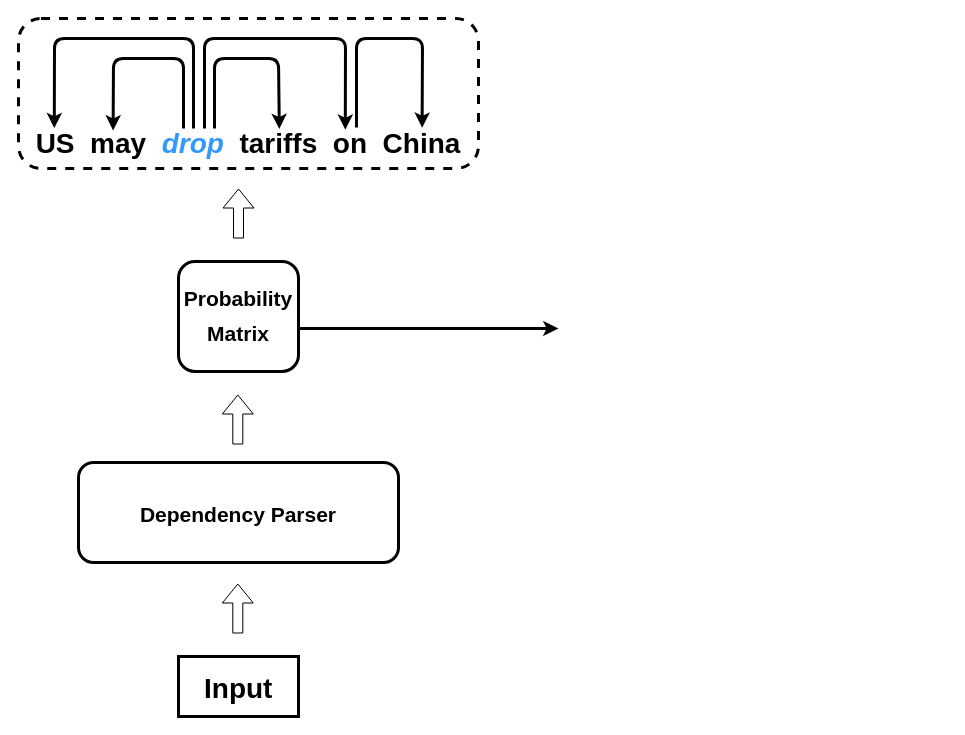
The draw.io diagram Untitled Diagram.drawio in DavidChengweiLiu/EKSGN, before the edit. Source tidied: cells renumbered, new cells numbered last; positions are measured from the earlier drawing's top-left corner, leaving out a move shared by most shapes. Both pictures are drawn from the tidied source at 100%, with x=0, y=0 at pixel (18, 18).
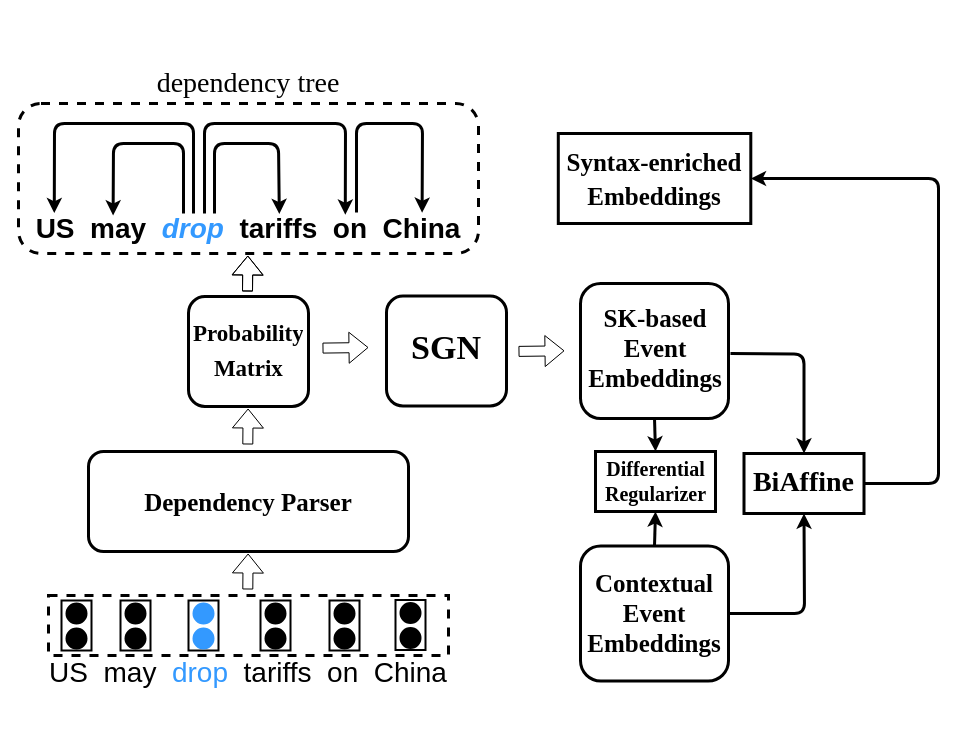
Above is the later version.

The edit, as a diff of the source:
```diff
@@
     <mxCell id="2" style="rounded=1;whiteSpace=wrap;html=1;dashed=1;strokeWidth=3;" parent="1" vertex="1">
-      <mxGeometry width="460" height="150" as="geometry" />
+      <mxGeometry y="85" width="460" height="150" as="geometry" />
     </mxCell>
     <mxCell id="3" value="&lt;b style=&quot;font-size: 28px;&quot;&gt;US&amp;nbsp; may&amp;nbsp; &lt;i&gt;&lt;font style=&quot;font-size: 28px;&quot; color=&quot;#3399ff&quot;&gt;drop&lt;/font&gt;&lt;/i&gt;&amp;nbsp; tariffs&amp;nbsp; on&amp;nbsp; China&lt;/b&gt;" style="text;html=1;strokeColor=none;fillColor=none;align=center;verticalAlign=middle;whiteSpace=wrap;rounded=0;fontSize=29;" parent="1" vertex="1">
-      <mxGeometry x="10" y="110" width="440" height="30" as="geometry" />
+      <mxGeometry x="10" y="195" width="440" height="30" as="geometry" />
     </mxCell>
     <mxCell id="4" style="endArrow=classic;html=1;rounded=1;fontSize=29;entryX=0.07;entryY=-0.013;entryDx=0;entryDy=0;entryPerimeter=0;strokeWidth=3;" parent="1" edge="1">
       <mxGeometry relative="1" as="geometry">
-        <mxPoint x="175" y="110" as="sourcePoint" />
-        <mxPoint x="35.8" y="109.6" as="targetPoint" />
+        <mxPoint x="175" y="195" as="sourcePoint" />
+        <mxPoint x="35.8" y="194.6" as="targetPoint" />
         <Array as="points">
-          <mxPoint x="175" y="20" />
-          <mxPoint x="36" y="20" />
+          <mxPoint x="175" y="105" />
+          <mxPoint x="36" y="105" />
         </Array>
       </mxGeometry>
     </mxCell>
     <mxCell id="5" style="endArrow=classic;html=1;rounded=1;fontSize=29;entryX=0.199;entryY=0.067;entryDx=0;entryDy=0;entryPerimeter=0;strokeWidth=3;" parent="1" edge="1">
       <mxGeometry relative="1" as="geometry">
-        <mxPoint x="165" y="110" as="sourcePoint" />
-        <mxPoint x="94.6" y="112" as="targetPoint" />
+        <mxPoint x="165" y="195" as="sourcePoint" />
+        <mxPoint x="94.6" y="197" as="targetPoint" />
         <Array as="points">
-          <mxPoint x="165" y="40" />
-          <mxPoint x="95" y="40" />
+          <mxPoint x="165" y="125" />
+          <mxPoint x="95" y="125" />
         </Array>
       </mxGeometry>
     </mxCell>
     <mxCell id="6" style="endArrow=classic;html=1;rounded=1;fontSize=29;entryX=0.72;entryY=0.04;entryDx=0;entryDy=0;entryPerimeter=0;strokeWidth=3;" parent="1" edge="1" target="3">
       <mxGeometry relative="1" as="geometry">
-        <mxPoint x="186" y="110" as="sourcePoint" />
+        <mxPoint x="186" y="195" as="sourcePoint" />
         <Array as="points">
-          <mxPoint x="186" y="20" />
-          <mxPoint x="327" y="20" />
+          <mxPoint x="186" y="105" />
+          <mxPoint x="327" y="105" />
         </Array>
       </mxGeometry>
     </mxCell>
     <mxCell id="7" style="endArrow=classic;html=1;rounded=1;fontSize=29;entryX=0.579;entryY=0.016;entryDx=0;entryDy=0;entryPerimeter=0;strokeWidth=3;" parent="1" edge="1">
       <mxGeometry relative="1" as="geometry">
-        <mxPoint x="196" y="110" as="sourcePoint" />
-        <mxPoint x="260.8" y="110.5" as="targetPoint" />
+        <mxPoint x="196" y="195" as="sourcePoint" />
+        <mxPoint x="260.8" y="195.5" as="targetPoint" />
         <Array as="points">
-          <mxPoint x="196" y="40" />
-          <mxPoint x="260" y="40" />
+          <mxPoint x="196" y="125" />
+          <mxPoint x="260" y="125" />
         </Array>
       </mxGeometry>
     </mxCell>
     <mxCell id="8" style="endArrow=classic;html=1;rounded=1;fontSize=29;entryX=0.89;entryY=-0.022;entryDx=0;entryDy=0;entryPerimeter=0;strokeWidth=3;" parent="1" edge="1">
       <mxGeometry relative="1" as="geometry">
-        <mxPoint x="338" y="109" as="sourcePoint" />
-        <mxPoint x="403.6" y="109.3" as="targetPoint" />
+        <mxPoint x="338" y="194" as="sourcePoint" />
+        <mxPoint x="403.6" y="194.3" as="targetPoint" />
         <Array as="points">
-          <mxPoint x="338" y="20" />
-          <mxPoint x="404" y="20" />
+          <mxPoint x="338" y="105" />
+          <mxPoint x="404" y="105" />
         </Array>
       </mxGeometry>
     </mxCell>
-    <mxCell id="9" style="shape=flexArrow;endArrow=classic;html=1;rounded=1;fontSize=29;fontColor=#3399FF;" parent="1" edge="1">
+    <mxCell id="9" style="shape=flexArrow;endArrow=classic;html=1;rounded=1;fontSize=29;fontColor=#3399FF;exitX=1;exitY=0.5;exitDx=0;exitDy=0;" parent="1" edge="1">
       <mxGeometry relative="1" as="geometry">
-        <mxPoint x="220" y="220" as="sourcePoint" />
-        <mxPoint x="220" y="170" as="targetPoint" />
+        <mxPoint x="304" y="329.6" as="sourcePoint" />
+        <mxPoint x="350" y="329" as="targetPoint" />
       </mxGeometry>
     </mxCell>
     <mxCell id="10" style="rounded=1;whiteSpace=wrap;html=1;fontSize=29;fontColor=#3399FF;strokeWidth=3;" parent="1" vertex="1">
-      <mxGeometry x="160" y="243" width="120" height="110" as="geometry" />
+      <mxGeometry x="562" y="265" width="148" height="135" as="geometry" />
     </mxCell>
+    <mxCell id="12" style="rounded=1;whiteSpace=wrap;html=1;fontSize=28;fontColor=#000000;strokeWidth=3;" parent="1" vertex="1">
+      <mxGeometry x="70" y="433" width="320" height="100" as="geometry" />
+    </mxCell>
+    <mxCell id="16" value="&lt;font face=&quot;Times New Roman&quot; size=&quot;1&quot; style=&quot;&quot; color=&quot;#000000&quot;&gt;&lt;b style=&quot;font-size: 25px;&quot;&gt;Dependency Parser&lt;/b&gt;&lt;/font&gt;" style="text;strokeColor=none;fillColor=none;align=center;verticalAlign=middle;spacingLeft=4;spacingRight=4;overflow=hidden;whiteSpace=wrap;html=1;fontSize=29;fontColor=#3399FF;" parent="1" vertex="1">
+      <mxGeometry x="120" y="433" width="220" height="100" as="geometry" />
+    </mxCell>
+    <mxCell id="18" style="endArrow=classic;html=1;rounded=1;fontSize=28;fontColor=#000000;strokeWidth=3;exitX=0.5;exitY=1;exitDx=0;exitDy=0;entryX=0.5;entryY=0;entryDx=0;entryDy=0;" parent="1" edge="1" source="10" target="49">
+      <mxGeometry relative="1" as="geometry" />
+    </mxCell>
+    <mxCell id="19" value="&lt;span style=&quot;font-size: 28px;&quot;&gt;US&amp;nbsp; may&amp;nbsp; &lt;font style=&quot;font-size: 28px;&quot; color=&quot;#3399ff&quot;&gt;drop&lt;/font&gt;&amp;nbsp; tariffs&amp;nbsp; on&amp;nbsp; China&lt;/span&gt;" style="text;html=1;strokeColor=none;fillColor=none;align=center;verticalAlign=middle;whiteSpace=wrap;rounded=0;fontSize=29;" parent="1" vertex="1">
+      <mxGeometry x="10" y="639" width="440" height="30" as="geometry" />
+    </mxCell>
+    <mxCell id="20" style="rounded=0;whiteSpace=wrap;html=1;dashed=1;strokeWidth=3;" parent="1" vertex="1">
+      <mxGeometry x="30" y="577" width="400" height="60" as="geometry" />
+    </mxCell>
+    <mxCell id="21" style="rounded=0;whiteSpace=wrap;html=1;strokeWidth=2;rotation=90;" parent="1" vertex="1">
+      <mxGeometry x="33" y="592" width="50" height="30" as="geometry" />
+    </mxCell>
+    <mxCell id="22" style="ellipse;whiteSpace=wrap;html=1;strokeWidth=2;fillColor=#000000;" parent="1" vertex="1">
+      <mxGeometry x="48" y="585" width="20" height="20" as="geometry" />
+    </mxCell>
+    <mxCell id="23" style="ellipse;whiteSpace=wrap;html=1;strokeWidth=2;fillColor=#000000;" parent="1" vertex="1">
+      <mxGeometry x="48" y="610" width="20" height="20" as="geometry" />
+    </mxCell>
+    <mxCell id="24" style="rounded=0;whiteSpace=wrap;html=1;strokeWidth=2;rotation=90;" parent="1" vertex="1">
+      <mxGeometry x="92" y="592" width="50" height="30" as="geometry" />
+    </mxCell>
+    <mxCell id="25" style="ellipse;whiteSpace=wrap;html=1;strokeWidth=2;fillColor=#000000;" parent="1" vertex="1">
+      <mxGeometry x="107" y="585" width="20" height="20" as="geometry" />
+    </mxCell>
+    <mxCell id="26" style="ellipse;whiteSpace=wrap;html=1;strokeWidth=2;fillColor=#000000;" parent="1" vertex="1">
+      <mxGeometry x="107" y="610" width="20" height="20" as="geometry" />
+    </mxCell>
+    <mxCell id="27" style="rounded=0;whiteSpace=wrap;html=1;strokeWidth=2;rotation=90;" parent="1" vertex="1">
+      <mxGeometry x="232" y="592" width="50" height="30" as="geometry" />
+    </mxCell>
+    <mxCell id="28" style="ellipse;whiteSpace=wrap;html=1;strokeWidth=2;fillColor=#000000;" parent="1" vertex="1">
+      <mxGeometry x="247" y="585" width="20" height="20" as="geometry" />
+    </mxCell>
+    <mxCell id="29" style="ellipse;whiteSpace=wrap;html=1;strokeWidth=2;fillColor=#000000;" parent="1" vertex="1">
+      <mxGeometry x="247" y="610" width="20" height="20" as="geometry" />
+    </mxCell>
+    <mxCell id="30" style="rounded=0;whiteSpace=wrap;html=1;strokeWidth=2;rotation=90;" parent="1" vertex="1">
+      <mxGeometry x="367" y="591.5" width="50" height="30" as="geometry" />
+    </mxCell>
+    <mxCell id="31" style="ellipse;whiteSpace=wrap;html=1;strokeWidth=2;fillColor=#000000;" parent="1" vertex="1">
+      <mxGeometry x="382" y="584.5" width="20" height="20" as="geometry" />
+    </mxCell>
+    <mxCell id="32" style="ellipse;whiteSpace=wrap;html=1;strokeWidth=2;fillColor=#000000;" parent="1" vertex="1">
+      <mxGeometry x="382" y="609.5" width="20" height="20" as="geometry" />
+    </mxCell>
+    <mxCell id="33" style="rounded=0;whiteSpace=wrap;html=1;strokeWidth=2;rotation=90;" parent="1" vertex="1">
+      <mxGeometry x="301" y="592" width="50" height="30" as="geometry" />
+    </mxCell>
+    <mxCell id="34" style="ellipse;whiteSpace=wrap;html=1;strokeWidth=2;fillColor=#000000;" parent="1" vertex="1">
+      <mxGeometry x="316" y="585" width="20" height="20" as="geometry" />
+    </mxCell>
+    <mxCell id="35" style="ellipse;whiteSpace=wrap;html=1;strokeWidth=2;fillColor=#000000;" parent="1" vertex="1">
+      <mxGeometry x="316" y="610" width="20" height="20" as="geometry" />
+    </mxCell>
+    <mxCell id="36" style="rounded=0;whiteSpace=wrap;html=1;strokeWidth=2;rotation=90;" parent="1" vertex="1">
+      <mxGeometry x="160" y="592" width="50" height="30" as="geometry" />
+    </mxCell>
+    <mxCell id="37" style="ellipse;whiteSpace=wrap;html=1;strokeWidth=2;fillColor=#3399FF;strokeColor=#3399FF;" parent="1" vertex="1">
+      <mxGeometry x="175" y="585" width="20" height="20" as="geometry" />
+    </mxCell>
+    <mxCell id="38" style="ellipse;whiteSpace=wrap;html=1;strokeWidth=2;fillColor=#3399FF;strokeColor=#3399FF;" parent="1" vertex="1">
+      <mxGeometry x="175" y="610" width="20" height="20" as="geometry" />
+    </mxCell>
+    <mxCell id="39" style="rounded=1;whiteSpace=wrap;html=1;fontSize=29;fontColor=#3399FF;strokeWidth=3;" parent="1" vertex="1">
+      <mxGeometry x="170" y="278" width="120" height="110" as="geometry" />
+    </mxCell>
-    <mxCell id="11" value="&lt;font size=&quot;1&quot; style=&quot;&quot; color=&quot;#000000&quot;&gt;&lt;b style=&quot;font-size: 21px;&quot;&gt;Probability Matrix&lt;/b&gt;&lt;/font&gt;" style="text;strokeColor=none;fillColor=none;align=center;verticalAlign=middle;spacingLeft=4;spacingRight=4;overflow=hidden;whiteSpace=wrap;html=1;fontSize=29;fontColor=#3399FF;strokeWidth=4;" parent="1" vertex="1">
-      <mxGeometry x="160" y="249" width="120" height="92" as="geometry" />
+    <mxCell id="11" value="&lt;font face=&quot;Times New Roman&quot; size=&quot;1&quot; style=&quot;&quot; color=&quot;#000000&quot;&gt;&lt;b style=&quot;font-size: 23px;&quot;&gt;Probability Matrix&lt;/b&gt;&lt;/font&gt;" style="text;strokeColor=none;fillColor=none;align=center;verticalAlign=middle;spacingLeft=4;spacingRight=4;overflow=hidden;whiteSpace=wrap;html=1;fontSize=29;fontColor=#3399FF;strokeWidth=4;" parent="1" vertex="1">
+      <mxGeometry x="170" y="284" width="120" height="92" as="geometry" />
     </mxCell>
-    <mxCell id="12" style="rounded=1;whiteSpace=wrap;html=1;fontSize=28;fontColor=#000000;strokeWidth=3;" parent="1" vertex="1">
-      <mxGeometry x="60" y="444" width="320" height="100" as="geometry" />
-    </mxCell>
-    <mxCell id="13" style="shape=flexArrow;endArrow=classic;html=1;rounded=1;fontSize=29;fontColor=#3399FF;" parent="1" edge="1">
-      <mxGeometry relative="1" as="geometry">
-        <mxPoint x="219.3" y="426" as="sourcePoint" />
-        <mxPoint x="219.3" y="376" as="targetPoint" />
-      </mxGeometry>
-    </mxCell>
-    <mxCell id="14" style="shape=flexArrow;endArrow=classic;html=1;rounded=1;fontSize=29;fontColor=#3399FF;" parent="1" edge="1">
-      <mxGeometry relative="1" as="geometry">
-        <mxPoint x="219.3" y="615" as="sourcePoint" />
-        <mxPoint x="219.3" y="565" as="targetPoint" />
-      </mxGeometry>
-    </mxCell>
-    <mxCell id="15" style="rounded=0;whiteSpace=wrap;html=1;fontSize=28;fontColor=#000000;strokeWidth=3;" parent="1" vertex="1">
-      <mxGeometry x="160" y="638" width="120" height="60" as="geometry" />
-    </mxCell>
-    <mxCell id="16" value="&lt;font size=&quot;1&quot; style=&quot;&quot; color=&quot;#000000&quot;&gt;&lt;b style=&quot;font-size: 21px;&quot;&gt;Dependency Parser&lt;/b&gt;&lt;/font&gt;" style="text;strokeColor=none;fillColor=none;align=center;verticalAlign=middle;spacingLeft=4;spacingRight=4;overflow=hidden;whiteSpace=wrap;html=1;fontSize=29;fontColor=#3399FF;" parent="1" vertex="1">
-      <mxGeometry x="110" y="444" width="220" height="100" as="geometry" />
-    </mxCell>
-    <mxCell id="17" value="&lt;b&gt;Input&lt;/b&gt;" style="text;strokeColor=none;fillColor=none;align=left;verticalAlign=middle;spacingLeft=4;spacingRight=4;overflow=hidden;whiteSpace=wrap;html=1;fontSize=28;fontColor=#000000;" parent="1" vertex="1">
-      <mxGeometry x="180" y="647" width="90" height="45" as="geometry" />
-    </mxCell>
-    <mxCell id="18" style="endArrow=classic;html=1;rounded=1;fontSize=28;fontColor=#000000;strokeWidth=3;" parent="1" edge="1">
-      <mxGeometry relative="1" as="geometry">
-        <mxPoint x="280" y="310" as="sourcePoint" />
-        <mxPoint x="540" y="310" as="targetPoint" />
-      </mxGeometry>
-    </mxCell>
+    <mxCell id="40" style="shape=flexArrow;endArrow=classic;html=1;rounded=1;fontSize=29;fontColor=#3399FF;" parent="1" edge="1">
+      <mxGeometry relative="1" as="geometry">
+        <mxPoint x="229" y="273" as="sourcePoint" />
+        <mxPoint x="229.3" y="237" as="targetPoint" />
+      </mxGeometry>
+    </mxCell>
+    <mxCell id="41" style="shape=flexArrow;endArrow=classic;html=1;rounded=1;fontSize=29;fontColor=#3399FF;" parent="1" edge="1">
+      <mxGeometry relative="1" as="geometry">
+        <mxPoint x="229.3" y="426" as="sourcePoint" />
+        <mxPoint x="229.6" y="390" as="targetPoint" />
+      </mxGeometry>
+    </mxCell>
+    <mxCell id="42" style="shape=flexArrow;endArrow=classic;html=1;rounded=1;fontSize=29;fontColor=#3399FF;" parent="1" edge="1">
+      <mxGeometry relative="1" as="geometry">
+        <mxPoint x="229" y="273" as="sourcePoint" />
+        <mxPoint x="229.3" y="237" as="targetPoint" />
+      </mxGeometry>
+    </mxCell>
+    <mxCell id="43" style="shape=flexArrow;endArrow=classic;html=1;rounded=1;fontSize=29;fontColor=#3399FF;" parent="1" edge="1">
+      <mxGeometry relative="1" as="geometry">
+        <mxPoint x="229.3" y="571" as="sourcePoint" />
+        <mxPoint x="229.6" y="535" as="targetPoint" />
+      </mxGeometry>
+    </mxCell>
+    <mxCell id="44" style="edgeStyle=orthogonalEdgeStyle;jettySize=auto;html=1;fontFamily=Times New Roman;fontSize=21;exitX=1;exitY=0.5;exitDx=0;exitDy=0;rounded=1;strokeWidth=3;entryX=0.5;entryY=0;entryDx=0;entryDy=0;" parent="1" edge="1" target="52">
+      <mxGeometry relative="1" as="geometry">
+        <mxPoint x="712" y="335" as="sourcePoint" />
+      </mxGeometry>
+    </mxCell>
+    <mxCell id="45" style="rounded=1;whiteSpace=wrap;html=1;fontSize=29;fontColor=#3399FF;strokeWidth=3;" parent="1" vertex="1">
+      <mxGeometry x="562" y="527.5" width="148" height="135" as="geometry" />
+    </mxCell>
+    <mxCell id="46" style="rounded=1;whiteSpace=wrap;html=1;fontSize=29;fontColor=#3399FF;strokeWidth=3;" parent="1" vertex="1">
+      <mxGeometry x="368" y="277.5" width="120" height="110" as="geometry" />
+    </mxCell>
+    <mxCell id="47" value="&lt;font face=&quot;Times New Roman&quot; size=&quot;1&quot; style=&quot;&quot; color=&quot;#000000&quot;&gt;&lt;b style=&quot;font-size: 34px;&quot;&gt;SGN&lt;/b&gt;&lt;/font&gt;" style="text;strokeColor=none;fillColor=none;align=center;verticalAlign=middle;spacingLeft=4;spacingRight=4;overflow=hidden;whiteSpace=wrap;html=1;fontSize=29;fontColor=#3399FF;strokeWidth=4;" parent="1" vertex="1">
+      <mxGeometry x="368" y="283.5" width="120" height="92" as="geometry" />
+    </mxCell>
+    <mxCell id="48" style="shape=flexArrow;endArrow=classic;html=1;rounded=1;fontSize=29;fontColor=#3399FF;exitX=1;exitY=0.5;exitDx=0;exitDy=0;" parent="1" edge="1">
+      <mxGeometry relative="1" as="geometry">
+        <mxPoint x="500" y="332.9" as="sourcePoint" />
+        <mxPoint x="546" y="332.3" as="targetPoint" />
+      </mxGeometry>
+    </mxCell>
+    <mxCell id="49" style="rounded=0;whiteSpace=wrap;html=1;strokeColor=#000000;strokeWidth=3;fontFamily=Times New Roman;fontSize=34;fillColor=none;gradientColor=default;" parent="1" vertex="1">
+      <mxGeometry x="577" y="433" width="120" height="60" as="geometry" />
+    </mxCell>
+    <mxCell id="50" style="endArrow=classic;html=1;rounded=1;fontSize=28;fontColor=#000000;strokeWidth=3;entryX=0.5;entryY=1;entryDx=0;entryDy=0;exitX=0.5;exitY=0;exitDx=0;exitDy=0;" parent="1" edge="1" source="45" target="49">
+      <mxGeometry relative="1" as="geometry" />
+    </mxCell>
+    <mxCell id="51" value="&lt;p style=&quot;line-height: 60%;&quot;&gt;&lt;font style=&quot;font-size: 20px;&quot;&gt;&lt;b&gt;Differential&lt;br&gt;&lt;/b&gt;&lt;/font&gt;&lt;font style=&quot;font-size: 20px;&quot;&gt;&lt;b&gt;Regularizer&lt;/b&gt;&lt;/font&gt;&lt;/p&gt;" style="text;html=1;strokeColor=none;fillColor=none;align=center;verticalAlign=middle;whiteSpace=wrap;rounded=0;fontSize=34;fontFamily=Times New Roman;" parent="1" vertex="1">
+      <mxGeometry x="548.5" y="421" width="177" height="80" as="geometry" />
+    </mxCell>
+    <mxCell id="52" style="rounded=0;whiteSpace=wrap;html=1;strokeColor=#000000;strokeWidth=3;fontFamily=Times New Roman;fontSize=34;fillColor=none;gradientColor=default;" parent="1" vertex="1">
+      <mxGeometry x="725.5" y="435" width="120" height="60" as="geometry" />
+    </mxCell>
+    <mxCell id="53" value="&lt;p style=&quot;line-height: 60%;&quot;&gt;&lt;b style=&quot;&quot;&gt;&lt;font style=&quot;font-size: 28px;&quot;&gt;BiAffine&lt;/font&gt;&lt;/b&gt;&lt;/p&gt;" style="text;html=1;strokeColor=none;fillColor=none;align=center;verticalAlign=middle;whiteSpace=wrap;rounded=0;fontSize=34;fontFamily=Times New Roman;" parent="1" vertex="1">
+      <mxGeometry x="697" y="423" width="177" height="80" as="geometry" />
+    </mxCell>
+    <mxCell id="54" value="&lt;div&gt;dependency&amp;nbsp;&lt;span style=&quot;background-color: initial;&quot;&gt;tree&lt;/span&gt;&lt;/div&gt;" style="text;html=1;strokeColor=none;fillColor=none;align=center;verticalAlign=middle;whiteSpace=wrap;rounded=0;fontSize=28;fontFamily=Times New Roman;" parent="1" vertex="1">
+      <mxGeometry x="130" y="49" width="200" height="30" as="geometry" />
+    </mxCell>
+    <mxCell id="55" style="rounded=0;whiteSpace=wrap;html=1;strokeColor=#000000;strokeWidth=3;fontFamily=Times New Roman;fontSize=34;fillColor=none;gradientColor=default;" parent="1" vertex="1">
+      <mxGeometry x="539.8" y="115" width="192.5" height="90" as="geometry" />
+    </mxCell>
+    <mxCell id="56" style="endArrow=classic;html=1;rounded=1;strokeWidth=3;fontFamily=Times New Roman;fontSize=28;entryX=1;entryY=0.5;entryDx=0;entryDy=0;exitX=1;exitY=0.5;exitDx=0;exitDy=0;" parent="1" edge="1" source="52" target="55">
+      <mxGeometry relative="1" as="geometry">
+        <Array as="points">
+          <mxPoint x="920" y="465" />
+          <mxPoint x="920" y="160" />
+        </Array>
+      </mxGeometry>
+    </mxCell>
+    <mxCell id="57" value="&lt;font style=&quot;font-size: 25px;&quot;&gt;&lt;b&gt;Syntax-enriched&lt;br&gt;Embeddings&lt;/b&gt;&lt;/font&gt;" style="text;html=1;strokeColor=none;fillColor=none;align=center;verticalAlign=middle;whiteSpace=wrap;rounded=0;fontSize=28;fontFamily=Times New Roman;" parent="1" vertex="1">
+      <mxGeometry x="521" y="130" width="230" height="60" as="geometry" />
+    </mxCell>
+    <mxCell id="58" value="&lt;b style=&quot;font-size: 25px;&quot;&gt;Contextual&lt;br&gt;Event&lt;br&gt;Embeddings&lt;/b&gt;" style="text;html=1;strokeColor=none;fillColor=none;align=center;verticalAlign=middle;whiteSpace=wrap;rounded=0;fontSize=23;fontFamily=Times New Roman;" parent="1" vertex="1">
+      <mxGeometry x="556" y="545" width="160" height="100" as="geometry" />
+    </mxCell>
+    <mxCell id="59" value="&lt;b style=&quot;font-size: 25px;&quot;&gt;SK-based&lt;br&gt;Event&lt;br&gt;Embeddings&lt;/b&gt;" style="text;html=1;strokeColor=none;fillColor=none;align=center;verticalAlign=middle;whiteSpace=wrap;rounded=0;fontSize=23;fontFamily=Times New Roman;" parent="1" vertex="1">
+      <mxGeometry x="557" y="280" width="160" height="100" as="geometry" />
+    </mxCell>
+    <mxCell id="60" style="endArrow=classic;html=1;rounded=1;strokeWidth=3;fontFamily=Times New Roman;fontSize=25;exitX=1;exitY=0.5;exitDx=0;exitDy=0;entryX=0.5;entryY=1;entryDx=0;entryDy=0;" parent="1" edge="1" source="45" target="52">
+      <mxGeometry relative="1" as="geometry">
+        <Array as="points">
+          <mxPoint x="786" y="595" />
+        </Array>
+      </mxGeometry>
+    </mxCell>
```
